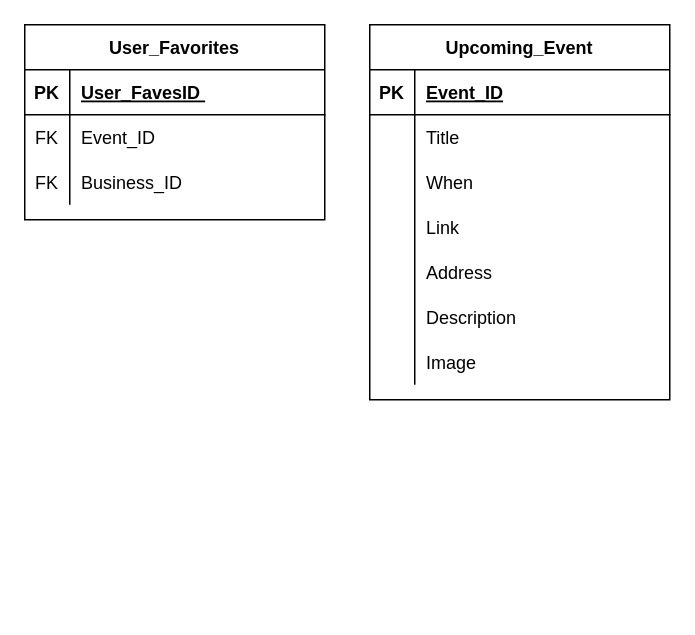
Above: Untitled Diagram.drawio in NotNanetteKaye/FullStack-capstone2022 (draw.io), before the change. Source tidied: cells renumbered, new cells numbered last; positions are measured from the earlier drawing's top-left corner, leaving out a move shared by most shapes. Both pictures are drawn from the tidied source at 150%, with x=0, y=0 at pixel (24, 24).
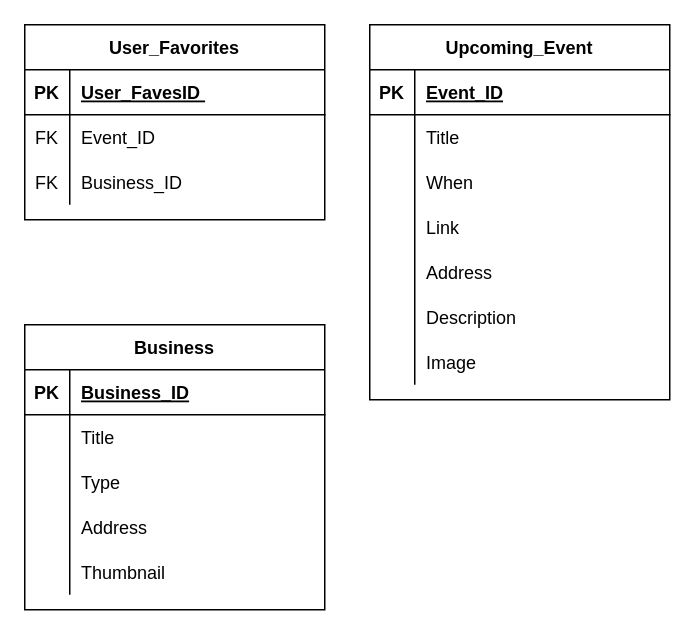
The same page after the edit.

Commit message:
Created Business Table

What changed in the source:
```diff
@@
+    <mxCell id="34" value="Business" style="shape=table;startSize=30;childLayout=tableLayout;rowLines=0;fontStyle=1;align=center;" parent="1" vertex="1">
+      <mxGeometry y="200" width="200" height="190" as="geometry" />
+    </mxCell>
+    <mxCell id="35" style="shape=partialRectangle;fillColor=none;top=0;left=0;right=0;bottom=1;" parent="34" vertex="1">
+      <mxGeometry y="30" width="200" height="30" as="geometry" />
+    </mxCell>
+    <mxCell id="36" value="PK" style="shape=partialRectangle;overflow=hidden;fillColor=none;top=0;left=0;bottom=0;right=0;fontStyle=1;" parent="35" vertex="1">
+      <mxGeometry width="30" height="30" as="geometry" />
+    </mxCell>
+    <mxCell id="37" value="Business_ID" style="shape=partialRectangle;overflow=hidden;fillColor=none;top=0;left=0;bottom=0;right=0;align=left;spacingLeft=6;fontStyle=5;" parent="35" vertex="1">
+      <mxGeometry x="30" width="170" height="30" as="geometry" />
+    </mxCell>
+    <mxCell id="38" style="shape=partialRectangle;fillColor=none;top=0;left=0;right=0;bottom=0;" parent="34" vertex="1">
+      <mxGeometry y="60" width="200" height="30" as="geometry" />
+    </mxCell>
+    <mxCell id="39" style="shape=partialRectangle;overflow=hidden;fillColor=none;top=0;left=0;bottom=0;right=0;" parent="38" vertex="1">
+      <mxGeometry width="30" height="30" as="geometry" />
+    </mxCell>
+    <mxCell id="40" value="Title" style="shape=partialRectangle;overflow=hidden;fillColor=none;top=0;left=0;bottom=0;right=0;align=left;spacingLeft=6;" parent="38" vertex="1">
+      <mxGeometry x="30" width="170" height="30" as="geometry" />
+    </mxCell>
+    <mxCell id="41" style="shape=partialRectangle;fillColor=none;top=0;left=0;right=0;bottom=0;" parent="34" vertex="1">
+      <mxGeometry y="90" width="200" height="30" as="geometry" />
+    </mxCell>
+    <mxCell id="42" style="shape=partialRectangle;overflow=hidden;fillColor=none;top=0;left=0;bottom=0;right=0;" parent="41" vertex="1">
+      <mxGeometry width="30" height="30" as="geometry" />
+    </mxCell>
+    <mxCell id="43" value="Type" style="shape=partialRectangle;overflow=hidden;fillColor=none;top=0;left=0;bottom=0;right=0;align=left;spacingLeft=6;" parent="41" vertex="1">
+      <mxGeometry x="30" width="170" height="30" as="geometry" />
+    </mxCell>
+    <mxCell id="44" style="shape=partialRectangle;fillColor=none;top=0;left=0;right=0;bottom=0;" parent="34" vertex="1">
+      <mxGeometry y="120" width="200" height="30" as="geometry" />
+    </mxCell>
+    <mxCell id="45" style="shape=partialRectangle;overflow=hidden;fillColor=none;top=0;left=0;bottom=0;right=0;" parent="44" vertex="1">
+      <mxGeometry width="30" height="30" as="geometry" />
+    </mxCell>
+    <mxCell id="46" value="Address" style="shape=partialRectangle;overflow=hidden;fillColor=none;top=0;left=0;bottom=0;right=0;align=left;spacingLeft=6;" parent="44" vertex="1">
+      <mxGeometry x="30" width="170" height="30" as="geometry" />
+    </mxCell>
+    <mxCell id="47" style="shape=partialRectangle;fillColor=none;top=0;left=0;right=0;bottom=0;" parent="34" vertex="1">
+      <mxGeometry y="150" width="200" height="30" as="geometry" />
+    </mxCell>
+    <mxCell id="48" style="shape=partialRectangle;overflow=hidden;fillColor=none;top=0;left=0;bottom=0;right=0;" parent="47" vertex="1">
+      <mxGeometry width="30" height="30" as="geometry" />
+    </mxCell>
+    <mxCell id="49" value="Thumbnail" style="shape=partialRectangle;overflow=hidden;fillColor=none;top=0;left=0;bottom=0;right=0;align=left;spacingLeft=6;" parent="47" vertex="1">
+      <mxGeometry x="30" width="170" height="30" as="geometry" />
+    </mxCell>
```
